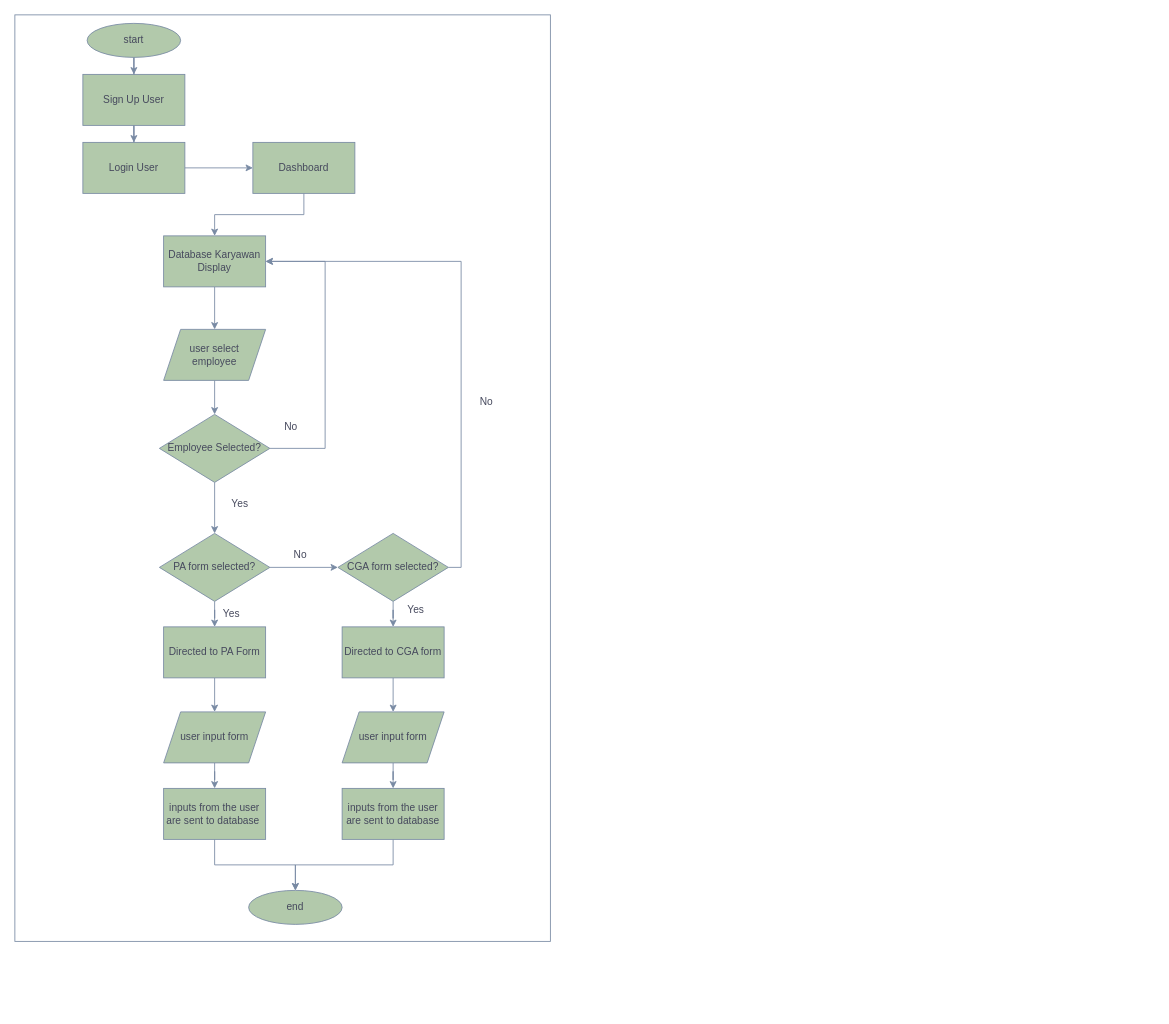
jezreelkosasih/diagram keeps this draw.io diagram as sistem-diagram.drawio. Above is the earlier version. Source tidied: cells renumbered, new cells numbered last; positions are measured from the earlier drawing's top-left corner, leaving out a move shared by most shapes. Both pictures are drawn from the tidied source at 85%, with x=0, y=0 at pixel (14, 14).
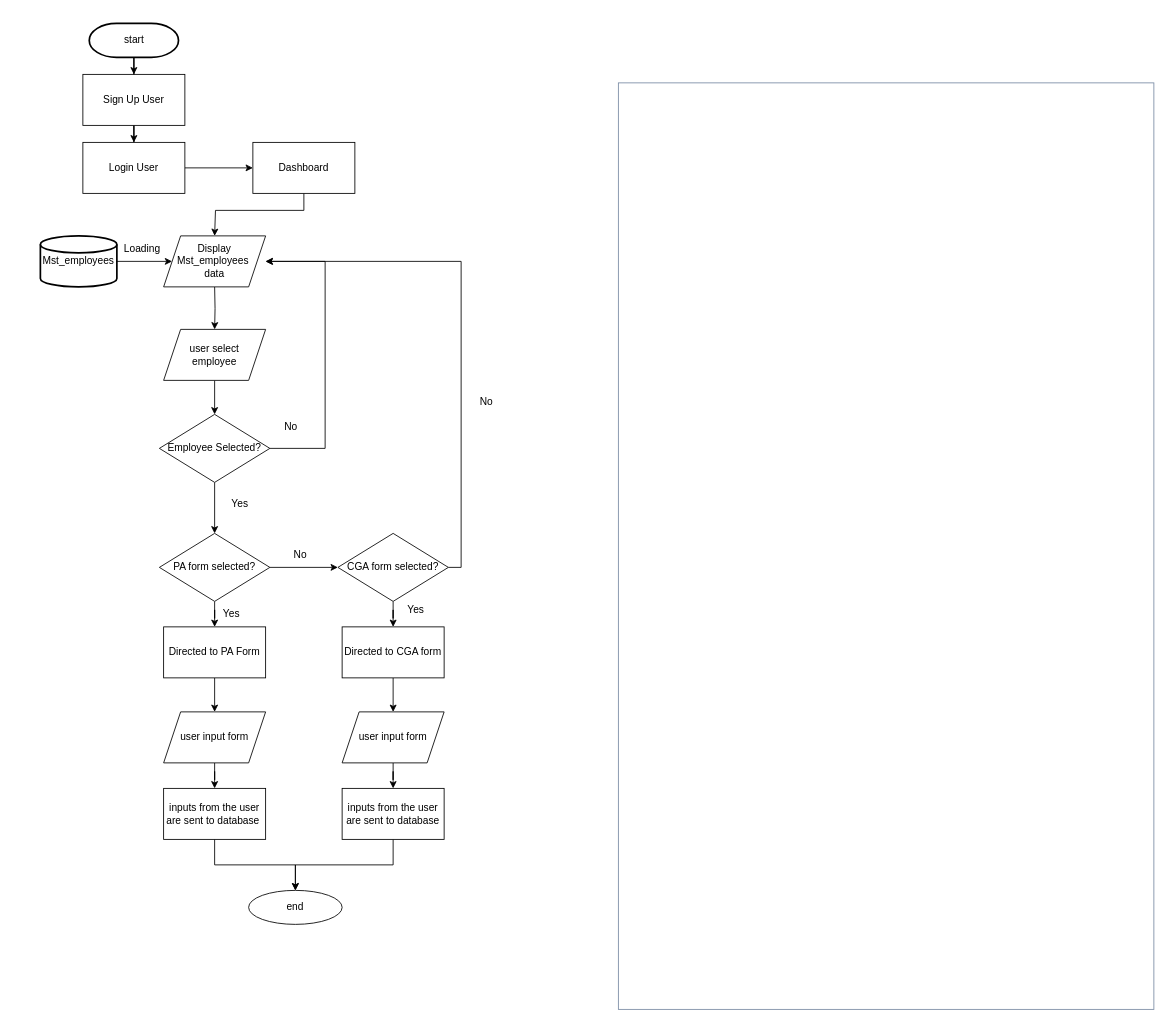
After the change.

Diff of the diagram source:
```diff
@@
-    <mxCell id="2" style="edgeStyle=orthogonalEdgeStyle;rounded=0;jettySize=auto;html=1;labelBackgroundColor=none;strokeColor=#788AA3;fontColor=default;" parent="1" edge="1" source="3" target="5">
+    <mxCell id="2" style="edgeStyle=orthogonalEdgeStyle;rounded=0;jettySize=auto;html=1;labelBackgroundColor=none;fontColor=default;" parent="1" edge="1" source="3" target="5">
       <mxGeometry relative="1" as="geometry" />
     </mxCell>
-    <mxCell id="3" value="Sign Up User" style="rounded=0;whiteSpace=wrap;html=1;labelBackgroundColor=none;fillColor=#B2C9AB;strokeColor=#788AA3;fontColor=#46495D;" parent="1" vertex="1">
+    <mxCell id="3" value="Sign Up User" style="rounded=0;whiteSpace=wrap;html=1;labelBackgroundColor=none;" parent="1" vertex="1">
       <mxGeometry x="80" y="70" width="120" height="60" as="geometry" />
     </mxCell>
-    <mxCell id="4" style="edgeStyle=orthogonalEdgeStyle;rounded=0;jettySize=auto;html=1;labelBackgroundColor=none;strokeColor=#788AA3;fontColor=default;" parent="1" edge="1" source="5" target="7">
+    <mxCell id="4" style="edgeStyle=orthogonalEdgeStyle;rounded=0;jettySize=auto;html=1;labelBackgroundColor=none;fontColor=default;" parent="1" edge="1" source="5" target="7">
       <mxGeometry relative="1" as="geometry" />
     </mxCell>
-    <mxCell id="5" value="Login User" style="rounded=0;whiteSpace=wrap;html=1;labelBackgroundColor=none;fillColor=#B2C9AB;strokeColor=#788AA3;fontColor=#46495D;" parent="1" vertex="1">
+    <mxCell id="5" value="Login User" style="rounded=0;whiteSpace=wrap;html=1;labelBackgroundColor=none;" parent="1" vertex="1">
       <mxGeometry x="80" y="150" width="120" height="60" as="geometry" />
     </mxCell>
-    <mxCell id="6" style="edgeStyle=orthogonalEdgeStyle;rounded=0;jettySize=auto;html=1;labelBackgroundColor=none;strokeColor=#788AA3;fontColor=default;" parent="1" edge="1" source="7" target="9">
-      <mxGeometry relative="1" as="geometry" />
+    <mxCell id="6" style="edgeStyle=orthogonalEdgeStyle;rounded=0;jettySize=auto;html=1;labelBackgroundColor=none;fontColor=default;" parent="1" edge="1" source="7">
+      <mxGeometry relative="1" as="geometry">
+        <mxPoint x="235" y="260" as="targetPoint" />
+        <Array as="points">
+          <mxPoint x="340" y="230" />
+          <mxPoint x="236" y="230" />
+        </Array>
+      </mxGeometry>
     </mxCell>
-    <mxCell id="7" value="Dashboard" style="rounded=0;whiteSpace=wrap;html=1;labelBackgroundColor=none;fillColor=#B2C9AB;strokeColor=#788AA3;fontColor=#46495D;" parent="1" vertex="1">
+    <mxCell id="7" value="Dashboard" style="rounded=0;whiteSpace=wrap;html=1;labelBackgroundColor=none;" parent="1" vertex="1">
       <mxGeometry x="280" y="150" width="120" height="60" as="geometry" />
     </mxCell>
-    <mxCell id="8" style="edgeStyle=orthogonalEdgeStyle;rounded=0;jettySize=auto;html=1;labelBackgroundColor=none;strokeColor=#788AA3;fontColor=default;" parent="1" edge="1" source="9" target="35">
-      <mxGeometry relative="1" as="geometry" />
+    <mxCell id="8" style="edgeStyle=orthogonalEdgeStyle;rounded=0;jettySize=auto;html=1;labelBackgroundColor=none;fontColor=default;" parent="1" edge="1" target="35">
+      <mxGeometry relative="1" as="geometry">
+        <mxPoint x="235" y="320" as="sourcePoint" />
+      </mxGeometry>
     </mxCell>
-    <mxCell id="9" value="Database Karyawan Display" style="rounded=0;whiteSpace=wrap;html=1;labelBackgroundColor=none;fillColor=#B2C9AB;strokeColor=#788AA3;fontColor=#46495D;" parent="1" vertex="1">
-      <mxGeometry x="175" y="260" width="120" height="60" as="geometry" />
-    </mxCell>
-    <mxCell id="10" style="edgeStyle=orthogonalEdgeStyle;rounded=0;jettySize=auto;html=1;labelBackgroundColor=none;strokeColor=#788AA3;fontColor=default;" parent="1" edge="1" source="12" target="15">
+    <mxCell id="10" style="edgeStyle=orthogonalEdgeStyle;rounded=0;jettySize=auto;html=1;labelBackgroundColor=none;fontColor=default;" parent="1" edge="1" source="12" target="15">
       <mxGeometry relative="1" as="geometry" />
     </mxCell>
-    <mxCell id="11" style="edgeStyle=orthogonalEdgeStyle;rounded=0;jettySize=auto;html=1;entryX=1;entryY=0.5;entryDx=0;entryDy=0;labelBackgroundColor=none;strokeColor=#788AA3;fontColor=default;" parent="1" edge="1" source="12" target="9">
+    <mxCell id="11" style="edgeStyle=orthogonalEdgeStyle;rounded=0;jettySize=auto;html=1;entryX=1;entryY=0.5;entryDx=0;entryDy=0;labelBackgroundColor=none;fontColor=default;" parent="1" edge="1" source="12">
       <mxGeometry relative="1" as="geometry">
+        <mxPoint x="295" y="290" as="targetPoint" />
         <Array as="points">
           <mxPoint x="365" y="510" />
           <mxPoint x="365" y="290" />
         </Array>
       </mxGeometry>
     </mxCell>
-    <mxCell id="12" value="Employee Selected?" style="rhombus;whiteSpace=wrap;html=1;rounded=0;labelBackgroundColor=none;fillColor=#B2C9AB;strokeColor=#788AA3;fontColor=#46495D;" parent="1" vertex="1">
+    <mxCell id="12" value="Employee Selected?" style="rhombus;whiteSpace=wrap;html=1;rounded=0;labelBackgroundColor=none;" parent="1" vertex="1">
       <mxGeometry x="170" y="470" width="130" height="80" as="geometry" />
     </mxCell>
-    <mxCell id="13" style="edgeStyle=orthogonalEdgeStyle;rounded=0;jettySize=auto;html=1;labelBackgroundColor=none;strokeColor=#788AA3;fontColor=default;" parent="1" edge="1" source="15" target="18">
+    <mxCell id="13" style="edgeStyle=orthogonalEdgeStyle;rounded=0;jettySize=auto;html=1;labelBackgroundColor=none;fontColor=default;" parent="1" edge="1" source="15" target="18">
       <mxGeometry relative="1" as="geometry" />
     </mxCell>
-    <mxCell id="14" style="edgeStyle=orthogonalEdgeStyle;rounded=0;jettySize=auto;html=1;labelBackgroundColor=none;strokeColor=#788AA3;fontColor=default;" parent="1" edge="1" source="15" target="20">
+    <mxCell id="14" style="edgeStyle=orthogonalEdgeStyle;rounded=0;jettySize=auto;html=1;labelBackgroundColor=none;fontColor=default;" parent="1" edge="1" source="15" target="20">
       <mxGeometry relative="1" as="geometry" />
     </mxCell>
-    <mxCell id="15" value="PA form selected?" style="rhombus;whiteSpace=wrap;html=1;rounded=0;labelBackgroundColor=none;fillColor=#B2C9AB;strokeColor=#788AA3;fontColor=#46495D;" parent="1" vertex="1">
+    <mxCell id="15" value="PA form selected?" style="rhombus;whiteSpace=wrap;html=1;rounded=0;labelBackgroundColor=none;" parent="1" vertex="1">
       <mxGeometry x="170" y="610" width="130" height="80" as="geometry" />
     </mxCell>
-    <mxCell id="16" style="edgeStyle=orthogonalEdgeStyle;rounded=0;jettySize=auto;html=1;labelBackgroundColor=none;strokeColor=#788AA3;fontColor=default;" parent="1" edge="1" source="18" target="22">
+    <mxCell id="16" style="edgeStyle=orthogonalEdgeStyle;rounded=0;jettySize=auto;html=1;labelBackgroundColor=none;fontColor=default;" parent="1" edge="1" source="18" target="22">
       <mxGeometry relative="1" as="geometry" />
     </mxCell>
-    <mxCell id="17" style="edgeStyle=orthogonalEdgeStyle;rounded=0;jettySize=auto;html=1;entryX=1;entryY=0.5;entryDx=0;entryDy=0;labelBackgroundColor=none;strokeColor=#788AA3;fontColor=default;" parent="1" edge="1" source="18" target="9">
+    <mxCell id="17" style="edgeStyle=orthogonalEdgeStyle;rounded=0;jettySize=auto;html=1;entryX=1;entryY=0.5;entryDx=0;entryDy=0;labelBackgroundColor=none;fontColor=default;" parent="1" edge="1" source="18">
       <mxGeometry relative="1" as="geometry">
+        <mxPoint x="295" y="290" as="targetPoint" />
         <Array as="points">
           <mxPoint x="525" y="650" />
           <mxPoint x="525" y="290" />
         </Array>
       </mxGeometry>
     </mxCell>
-    <mxCell id="18" value="CGA form selected?" style="rhombus;whiteSpace=wrap;html=1;rounded=0;labelBackgroundColor=none;fillColor=#B2C9AB;strokeColor=#788AA3;fontColor=#46495D;" parent="1" vertex="1">
+    <mxCell id="18" value="CGA form selected?" style="rhombus;whiteSpace=wrap;html=1;rounded=0;labelBackgroundColor=none;" parent="1" vertex="1">
       <mxGeometry x="380" y="610" width="130" height="80" as="geometry" />
     </mxCell>
-    <mxCell id="19" style="edgeStyle=orthogonalEdgeStyle;rounded=0;jettySize=auto;html=1;labelBackgroundColor=none;strokeColor=#788AA3;fontColor=default;" parent="1" edge="1" source="20" target="24">
+    <mxCell id="19" style="edgeStyle=orthogonalEdgeStyle;rounded=0;jettySize=auto;html=1;labelBackgroundColor=none;fontColor=default;" parent="1" edge="1" source="20" target="24">
       <mxGeometry relative="1" as="geometry" />
     </mxCell>
-    <mxCell id="20" value="Directed to PA Form" style="whiteSpace=wrap;html=1;rounded=0;labelBackgroundColor=none;fillColor=#B2C9AB;strokeColor=#788AA3;fontColor=#46495D;" parent="1" vertex="1">
+    <mxCell id="20" value="Directed to PA Form" style="whiteSpace=wrap;html=1;rounded=0;labelBackgroundColor=none;" parent="1" vertex="1">
       <mxGeometry x="175" y="720" width="120" height="60" as="geometry" />
     </mxCell>
-    <mxCell id="21" style="edgeStyle=orthogonalEdgeStyle;rounded=0;jettySize=auto;html=1;labelBackgroundColor=none;strokeColor=#788AA3;fontColor=default;" parent="1" edge="1" source="22" target="26">
+    <mxCell id="21" style="edgeStyle=orthogonalEdgeStyle;rounded=0;jettySize=auto;html=1;labelBackgroundColor=none;fontColor=default;" parent="1" edge="1" source="22" target="26">
       <mxGeometry relative="1" as="geometry" />
     </mxCell>
-    <mxCell id="22" value="Directed to CGA form" style="whiteSpace=wrap;html=1;rounded=0;labelBackgroundColor=none;fillColor=#B2C9AB;strokeColor=#788AA3;fontColor=#46495D;" parent="1" vertex="1">
+    <mxCell id="22" value="Directed to CGA form" style="whiteSpace=wrap;html=1;rounded=0;labelBackgroundColor=none;" parent="1" vertex="1">
       <mxGeometry x="385" y="720" width="120" height="60" as="geometry" />
     </mxCell>
-    <mxCell id="23" style="edgeStyle=orthogonalEdgeStyle;rounded=0;jettySize=auto;html=1;labelBackgroundColor=none;strokeColor=#788AA3;fontColor=default;" parent="1" edge="1" source="24" target="28">
+    <mxCell id="23" style="edgeStyle=orthogonalEdgeStyle;rounded=0;jettySize=auto;html=1;labelBackgroundColor=none;fontColor=default;" parent="1" edge="1" source="24" target="28">
       <mxGeometry relative="1" as="geometry" />
     </mxCell>
-    <mxCell id="24" value="user input form" style="shape=parallelogram;perimeter=parallelogramPerimeter;whiteSpace=wrap;html=1;fixedSize=1;rounded=0;labelBackgroundColor=none;fillColor=#B2C9AB;strokeColor=#788AA3;fontColor=#46495D;" parent="1" vertex="1">
+    <mxCell id="24" value="user input form" style="shape=parallelogram;perimeter=parallelogramPerimeter;whiteSpace=wrap;html=1;fixedSize=1;rounded=0;labelBackgroundColor=none;" parent="1" vertex="1">
       <mxGeometry x="175" y="820" width="120" height="60" as="geometry" />
     </mxCell>
-    <mxCell id="25" style="edgeStyle=orthogonalEdgeStyle;rounded=0;jettySize=auto;html=1;labelBackgroundColor=none;strokeColor=#788AA3;fontColor=default;" parent="1" edge="1" source="26" target="30">
+    <mxCell id="25" style="edgeStyle=orthogonalEdgeStyle;rounded=0;jettySize=auto;html=1;labelBackgroundColor=none;fontColor=default;" parent="1" edge="1" source="26" target="30">
       <mxGeometry relative="1" as="geometry" />
     </mxCell>
-    <mxCell id="26" value="user input form" style="shape=parallelogram;perimeter=parallelogramPerimeter;whiteSpace=wrap;html=1;fixedSize=1;rounded=0;labelBackgroundColor=none;fillColor=#B2C9AB;strokeColor=#788AA3;fontColor=#46495D;" parent="1" vertex="1">
+    <mxCell id="26" value="user input form" style="shape=parallelogram;perimeter=parallelogramPerimeter;whiteSpace=wrap;html=1;fixedSize=1;rounded=0;labelBackgroundColor=none;" parent="1" vertex="1">
       <mxGeometry x="385" y="820" width="120" height="60" as="geometry" />
     </mxCell>
-    <mxCell id="27" style="edgeStyle=orthogonalEdgeStyle;rounded=0;jettySize=auto;html=1;labelBackgroundColor=none;strokeColor=#788AA3;fontColor=default;" parent="1" edge="1" source="28" target="33">
+    <mxCell id="27" style="edgeStyle=orthogonalEdgeStyle;rounded=0;jettySize=auto;html=1;labelBackgroundColor=none;fontColor=default;" parent="1" edge="1" source="28" target="33">
       <mxGeometry relative="1" as="geometry" />
     </mxCell>
-    <mxCell id="28" value="inputs from the user are sent to database&amp;nbsp;" style="whiteSpace=wrap;html=1;rounded=0;labelBackgroundColor=none;fillColor=#B2C9AB;strokeColor=#788AA3;fontColor=#46495D;" parent="1" vertex="1">
+    <mxCell id="28" value="inputs from the user are sent to database&amp;nbsp;" style="whiteSpace=wrap;html=1;rounded=0;labelBackgroundColor=none;" parent="1" vertex="1">
       <mxGeometry x="175" y="910" width="120" height="60" as="geometry" />
     </mxCell>
-    <mxCell id="29" style="edgeStyle=orthogonalEdgeStyle;rounded=0;jettySize=auto;html=1;entryX=0.5;entryY=0;entryDx=0;entryDy=0;labelBackgroundColor=none;strokeColor=#788AA3;fontColor=default;" parent="1" edge="1" source="30" target="33">
+    <mxCell id="29" style="edgeStyle=orthogonalEdgeStyle;rounded=0;jettySize=auto;html=1;entryX=0.5;entryY=0;entryDx=0;entryDy=0;labelBackgroundColor=none;fontColor=default;" parent="1" edge="1" source="30" target="33">
       <mxGeometry relative="1" as="geometry" />
     </mxCell>
-    <mxCell id="30" value="inputs from the user are sent to database" style="whiteSpace=wrap;html=1;rounded=0;labelBackgroundColor=none;fillColor=#B2C9AB;strokeColor=#788AA3;fontColor=#46495D;" parent="1" vertex="1">
+    <mxCell id="30" value="inputs from the user are sent to database" style="whiteSpace=wrap;html=1;rounded=0;labelBackgroundColor=none;" parent="1" vertex="1">
       <mxGeometry x="385" y="910" width="120" height="60" as="geometry" />
     </mxCell>
-    <mxCell id="31" style="edgeStyle=orthogonalEdgeStyle;rounded=0;jettySize=auto;html=1;labelBackgroundColor=none;strokeColor=#788AA3;fontColor=default;" parent="1" edge="1" source="32" target="3">
-      <mxGeometry relative="1" as="geometry" />
-    </mxCell>
-    <mxCell id="32" value="start" style="ellipse;whiteSpace=wrap;html=1;rounded=0;labelBackgroundColor=none;fillColor=#B2C9AB;strokeColor=#788AA3;fontColor=#46495D;" parent="1" vertex="1">
-      <mxGeometry x="85" y="10" width="110" height="40" as="geometry" />
-    </mxCell>
-    <mxCell id="33" value="end" style="ellipse;whiteSpace=wrap;html=1;rounded=0;labelBackgroundColor=none;fillColor=#B2C9AB;strokeColor=#788AA3;fontColor=#46495D;" parent="1" vertex="1">
+    <mxCell id="33" value="end" style="ellipse;whiteSpace=wrap;html=1;rounded=0;labelBackgroundColor=none;" parent="1" vertex="1">
       <mxGeometry x="275" y="1030" width="110" height="40" as="geometry" />
     </mxCell>
-    <mxCell id="34" style="edgeStyle=orthogonalEdgeStyle;rounded=0;jettySize=auto;html=1;labelBackgroundColor=none;strokeColor=#788AA3;fontColor=default;" parent="1" edge="1" source="35" target="12">
+    <mxCell id="34" style="edgeStyle=orthogonalEdgeStyle;rounded=0;jettySize=auto;html=1;labelBackgroundColor=none;fontColor=default;" parent="1" edge="1" source="35" target="12">
       <mxGeometry relative="1" as="geometry" />
     </mxCell>
-    <mxCell id="35" value="user select &lt;br&gt;employee" style="shape=parallelogram;perimeter=parallelogramPerimeter;whiteSpace=wrap;html=1;fixedSize=1;rounded=0;labelBackgroundColor=none;fillColor=#B2C9AB;strokeColor=#788AA3;fontColor=#46495D;" parent="1" vertex="1">
+    <mxCell id="35" value="user select &lt;br&gt;employee" style="shape=parallelogram;perimeter=parallelogramPerimeter;whiteSpace=wrap;html=1;fixedSize=1;rounded=0;labelBackgroundColor=none;" parent="1" vertex="1">
       <mxGeometry x="175" y="370" width="120" height="60" as="geometry" />
     </mxCell>
-    <mxCell id="36" value="No" style="text;html=1;strokeColor=none;fillColor=none;align=center;verticalAlign=middle;whiteSpace=wrap;rounded=0;labelBackgroundColor=none;fontColor=#46495D;" parent="1" vertex="1">
+    <mxCell id="36" value="No" style="text;html=1;align=center;verticalAlign=middle;whiteSpace=wrap;rounded=0;labelBackgroundColor=none;" parent="1" vertex="1">
       <mxGeometry x="295" y="470" width="60" height="30" as="geometry" />
     </mxCell>
-    <mxCell id="37" value="Yes" style="text;html=1;strokeColor=none;fillColor=none;align=center;verticalAlign=middle;whiteSpace=wrap;rounded=0;labelBackgroundColor=none;fontColor=#46495D;" parent="1" vertex="1">
+    <mxCell id="37" value="Yes" style="text;html=1;align=center;verticalAlign=middle;whiteSpace=wrap;rounded=0;labelBackgroundColor=none;" parent="1" vertex="1">
       <mxGeometry x="235" y="560" width="60" height="30" as="geometry" />
     </mxCell>
-    <mxCell id="38" value="Yes" style="text;html=1;strokeColor=none;fillColor=none;align=center;verticalAlign=middle;whiteSpace=wrap;rounded=0;labelBackgroundColor=none;fontColor=#46495D;" parent="1" vertex="1">
+    <mxCell id="38" value="Yes" style="text;html=1;align=center;verticalAlign=middle;whiteSpace=wrap;rounded=0;labelBackgroundColor=none;" parent="1" vertex="1">
       <mxGeometry x="225" y="690" width="60" height="30" as="geometry" />
     </mxCell>
-    <mxCell id="39" value="No" style="text;html=1;strokeColor=none;fillColor=none;align=center;verticalAlign=middle;whiteSpace=wrap;rounded=0;labelBackgroundColor=none;fontColor=#46495D;" parent="1" vertex="1">
+    <mxCell id="39" value="No" style="text;html=1;align=center;verticalAlign=middle;whiteSpace=wrap;rounded=0;labelBackgroundColor=none;" parent="1" vertex="1">
       <mxGeometry x="306" y="620" width="60" height="30" as="geometry" />
     </mxCell>
-    <mxCell id="40" value="Yes" style="text;html=1;strokeColor=none;fillColor=none;align=center;verticalAlign=middle;whiteSpace=wrap;rounded=0;labelBackgroundColor=none;fontColor=#46495D;" parent="1" vertex="1">
+    <mxCell id="40" value="Yes" style="text;html=1;align=center;verticalAlign=middle;whiteSpace=wrap;rounded=0;labelBackgroundColor=none;" parent="1" vertex="1">
       <mxGeometry x="442" y="685" width="60" height="30" as="geometry" />
     </mxCell>
-    <mxCell id="41" value="No" style="text;html=1;strokeColor=none;fillColor=none;align=center;verticalAlign=middle;whiteSpace=wrap;rounded=0;labelBackgroundColor=none;fontColor=#46495D;" parent="1" vertex="1">
+    <mxCell id="41" value="No" style="text;html=1;align=center;verticalAlign=middle;whiteSpace=wrap;rounded=0;labelBackgroundColor=none;" parent="1" vertex="1">
       <mxGeometry x="525" y="440" width="60" height="30" as="geometry" />
     </mxCell>
     <mxCell id="42" style="rounded=0;whiteSpace=wrap;html=1;strokeColor=#788AA3;fontColor=#46495D;fillColor=none;labelBackgroundColor=none;" parent="1" vertex="1">
-      <mxGeometry width="630" height="1090" as="geometry" />
+      <mxGeometry x="710" y="80" width="630" height="1090" as="geometry" />
     </mxCell>
+    <mxCell id="31" style="edgeStyle=orthogonalEdgeStyle;rounded=0;jettySize=auto;html=1;entryX=0.5;entryY=0;entryDx=0;entryDy=0;" parent="1" edge="1" source="32" target="3">
+      <mxGeometry relative="1" as="geometry" />
+    </mxCell>
+    <mxCell id="32" value="start" style="strokeWidth=2;html=1;shape=mxgraph.flowchart.terminator;whiteSpace=wrap;" parent="1" vertex="1">
+      <mxGeometry x="87.5" y="10" width="105" height="40" as="geometry" />
+    </mxCell>
+    <mxCell id="43" style="edgeStyle=orthogonalEdgeStyle;rounded=0;jettySize=auto;html=1;" parent="1" edge="1" source="44" target="45">
+      <mxGeometry relative="1" as="geometry" />
+    </mxCell>
+    <mxCell id="44" value="Mst_employees" style="strokeWidth=2;html=1;shape=mxgraph.flowchart.database;whiteSpace=wrap;" parent="1" vertex="1">
+      <mxGeometry x="30" y="260" width="90" height="60" as="geometry" />
+    </mxCell>
+    <mxCell id="45" value="Display Mst_employees&amp;nbsp;&lt;br&gt;data" style="shape=parallelogram;perimeter=parallelogramPerimeter;whiteSpace=wrap;html=1;fixedSize=1;" parent="1" vertex="1">
+      <mxGeometry x="175" y="260" width="120" height="60" as="geometry" />
+    </mxCell>
+    <mxCell id="46" value="Loading" style="text;html=1;align=center;verticalAlign=middle;whiteSpace=wrap;rounded=0;" parent="1" vertex="1">
+      <mxGeometry x="120" y="260" width="60" height="30" as="geometry" />
+    </mxCell>
```
